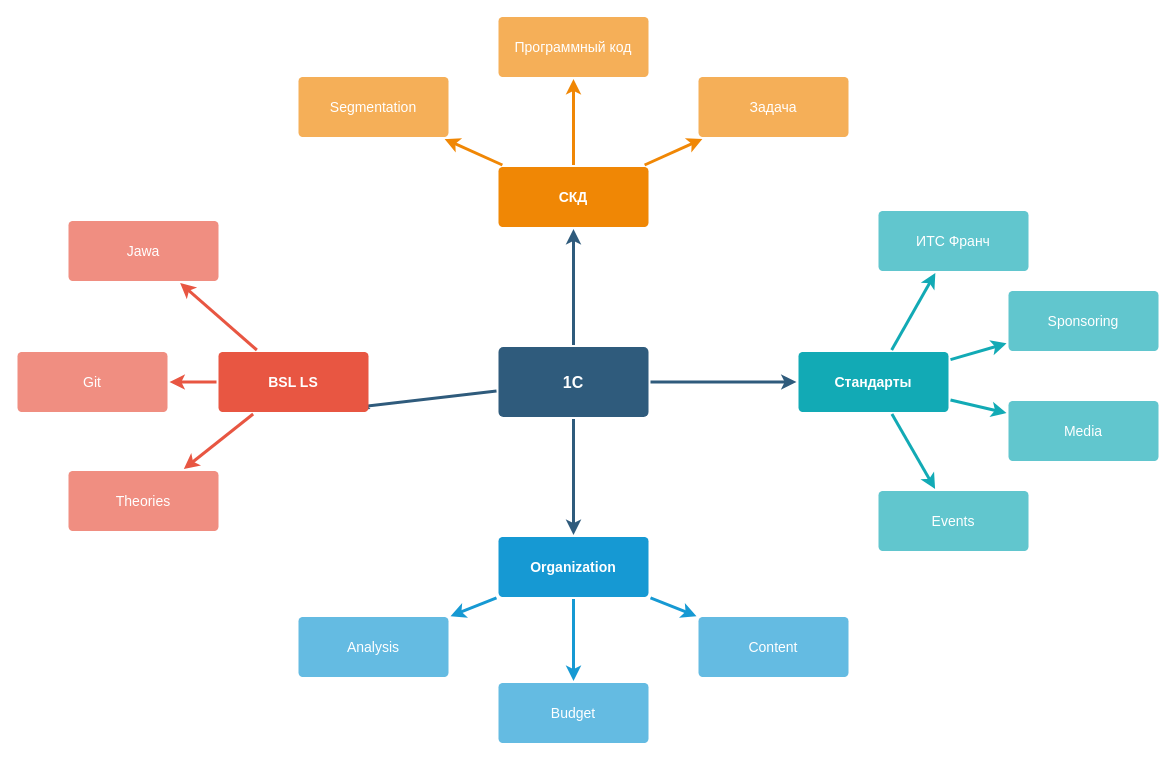
This is Untitled Diagram.drawio from Serga1C/map1C, a draw.io file, before an edit. Source tidied: cells renumbered, new cells numbered last; positions are measured from the earlier drawing's top-left corner, leaving out a move shared by most shapes. Both pictures are drawn from the tidied source at 100%, with x=0, y=0 at pixel (17, 16).
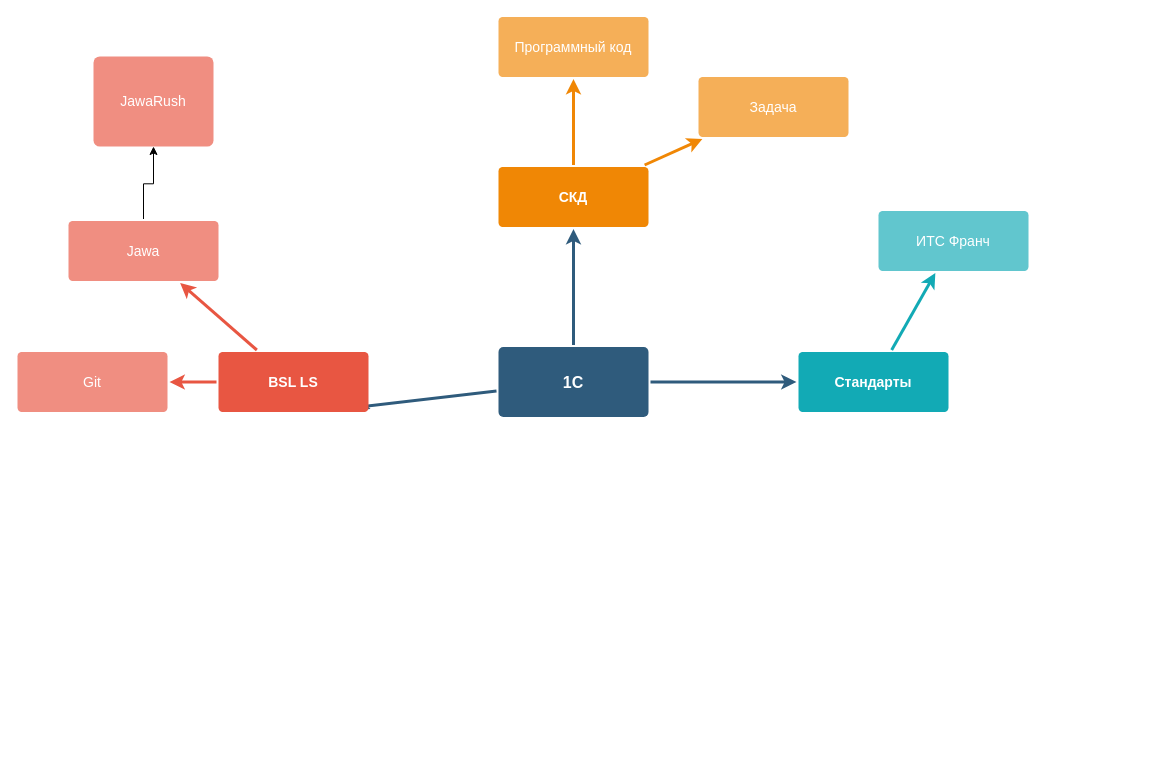
The same diagram, later.

Unchanged cells that the change refers to:
```xml
<mxCell id="6" value="1C" style="rounded=1;whiteSpace=wrap;html=1;shadow=0;labelBackgroundColor=none;strokeColor=none;strokeWidth=3;fillColor=#2F5B7C;fontFamily=Helvetica;fontSize=16;fontColor=#FFFFFF;align=center;fontStyle=1;spacing=5;arcSize=7;perimeterSpacing=2;" parent="1" vertex="1">
  <mxGeometry x="481" y="330.5" width="150" height="70" as="geometry" />
</mxCell>
<mxCell id="10" value="BSL LS" style="rounded=1;whiteSpace=wrap;html=1;shadow=0;labelBackgroundColor=none;strokeColor=none;strokeWidth=3;fillColor=#e85642;fontFamily=Helvetica;fontSize=14;fontColor=#FFFFFF;align=center;spacing=5;fontStyle=1;arcSize=7;perimeterSpacing=2;" parent="1" vertex="1">
  <mxGeometry x="201" y="335.5" width="150" height="60" as="geometry" />
</mxCell>
<mxCell id="13" value="Jawa" style="rounded=1;whiteSpace=wrap;html=1;shadow=0;labelBackgroundColor=none;strokeColor=none;strokeWidth=3;fillColor=#f08e81;fontFamily=Helvetica;fontSize=14;fontColor=#FFFFFF;align=center;spacing=5;fontStyle=0;arcSize=7;perimeterSpacing=2;" parent="1" vertex="1">
  <mxGeometry x="51" y="204.5" width="150" height="60" as="geometry" />
</mxCell>
<mxCell id="21" value="СКД" style="rounded=1;whiteSpace=wrap;html=1;shadow=0;labelBackgroundColor=none;strokeColor=none;strokeWidth=3;fillColor=#F08705;fontFamily=Helvetica;fontSize=14;fontColor=#FFFFFF;align=center;spacing=5;fontStyle=1;arcSize=7;perimeterSpacing=2;" parent="1" vertex="1">
  <mxGeometry x="481" y="150.5" width="150" height="60" as="geometry" />
</mxCell>
<mxCell id="28" value="Стандарты" style="rounded=1;whiteSpace=wrap;html=1;shadow=0;labelBackgroundColor=none;strokeColor=none;strokeWidth=3;fillColor=#12aab5;fontFamily=Helvetica;fontSize=14;fontColor=#FFFFFF;align=center;spacing=5;fontStyle=1;arcSize=7;perimeterSpacing=2;" parent="1" vertex="1">
  <mxGeometry x="781" y="335.5" width="150" height="60" as="geometry" />
</mxCell>
```

Diff of the diagram source:
```diff
@@
-    <mxCell id="4" style="edgeStyle=none;rounded=0;jumpStyle=none;html=1;shadow=0;labelBackgroundColor=none;startArrow=none;startFill=0;endArrow=classic;endFill=1;jettySize=auto;strokeColor=#2F5B7C;strokeWidth=3;fontFamily=Helvetica;fontSize=16;fontColor=#23445D;spacing=5;" parent="1" edge="1" source="6" target="17">
-      <mxGeometry relative="1" as="geometry" />
-    </mxCell>
@@
-    <mxCell id="9" style="edgeStyle=none;rounded=1;jumpStyle=none;html=1;shadow=0;labelBackgroundColor=none;startArrow=none;startFill=0;jettySize=auto;strokeColor=#E85642;strokeWidth=3;fontFamily=Helvetica;fontSize=14;fontColor=#FFFFFF;spacing=5;fontStyle=1;fillColor=#b0e3e6;" parent="1" edge="1" source="10" target="11">
-      <mxGeometry relative="1" as="geometry" />
-    </mxCell>
@@
-    <mxCell id="11" value="Theories" style="rounded=1;whiteSpace=wrap;html=1;shadow=0;labelBackgroundColor=none;strokeColor=none;strokeWidth=3;fillColor=#f08e81;fontFamily=Helvetica;fontSize=14;fontColor=#FFFFFF;align=center;spacing=5;fontStyle=0;arcSize=7;perimeterSpacing=2;" parent="1" vertex="1">
-      <mxGeometry x="51" y="454.5" width="150" height="60" as="geometry" />
-    </mxCell>
@@
+    <mxCell id="37" style="edgeStyle=orthogonalEdgeStyle;rounded=0;jettySize=auto;html=1;" parent="1" edge="1" source="13" target="38">
+      <mxGeometry relative="1" as="geometry" />
+    </mxCell>
@@
-    <mxCell id="14" style="edgeStyle=none;rounded=0;jumpStyle=none;html=1;shadow=0;labelBackgroundColor=none;startArrow=none;startFill=0;endArrow=classic;endFill=1;jettySize=auto;strokeColor=#1699D3;strokeWidth=3;fontFamily=Helvetica;fontSize=14;fontColor=#FFFFFF;spacing=5;" parent="1" edge="1" source="17" target="20">
-      <mxGeometry relative="1" as="geometry" />
-    </mxCell>
-    <mxCell id="15" style="edgeStyle=none;rounded=0;jumpStyle=none;html=1;shadow=0;labelBackgroundColor=none;startArrow=none;startFill=0;endArrow=classic;endFill=1;jettySize=auto;strokeColor=#1699D3;strokeWidth=3;fontFamily=Helvetica;fontSize=14;fontColor=#FFFFFF;spacing=5;" parent="1" edge="1" source="17" target="19">
-      <mxGeometry relative="1" as="geometry" />
-    </mxCell>
-    <mxCell id="16" style="edgeStyle=none;rounded=0;jumpStyle=none;html=1;shadow=0;labelBackgroundColor=none;startArrow=none;startFill=0;endArrow=classic;endFill=1;jettySize=auto;strokeColor=#1699D3;strokeWidth=3;fontFamily=Helvetica;fontSize=14;fontColor=#FFFFFF;spacing=5;" parent="1" edge="1" source="17" target="18">
-      <mxGeometry relative="1" as="geometry" />
-    </mxCell>
-    <mxCell id="17" value="Organization" style="rounded=1;whiteSpace=wrap;html=1;shadow=0;labelBackgroundColor=none;strokeColor=none;strokeWidth=3;fillColor=#1699d3;fontFamily=Helvetica;fontSize=14;fontColor=#FFFFFF;align=center;spacing=5;fontStyle=1;arcSize=7;perimeterSpacing=2;" parent="1" vertex="1">
-      <mxGeometry x="481" y="520.5" width="150" height="60" as="geometry" />
-    </mxCell>
-    <mxCell id="18" value="Content" style="rounded=1;whiteSpace=wrap;html=1;shadow=0;labelBackgroundColor=none;strokeColor=none;strokeWidth=3;fillColor=#64bbe2;fontFamily=Helvetica;fontSize=14;fontColor=#FFFFFF;align=center;spacing=5;arcSize=7;perimeterSpacing=2;" parent="1" vertex="1">
-      <mxGeometry x="681" y="600.5" width="150" height="60" as="geometry" />
-    </mxCell>
-    <mxCell id="19" value="Budget" style="rounded=1;whiteSpace=wrap;html=1;shadow=0;labelBackgroundColor=none;strokeColor=none;strokeWidth=3;fillColor=#64bbe2;fontFamily=Helvetica;fontSize=14;fontColor=#FFFFFF;align=center;spacing=5;arcSize=7;perimeterSpacing=2;" parent="1" vertex="1">
-      <mxGeometry x="481" y="666.5" width="150" height="60" as="geometry" />
-    </mxCell>
-    <mxCell id="20" value="Analysis" style="rounded=1;whiteSpace=wrap;html=1;shadow=0;labelBackgroundColor=none;strokeColor=none;strokeWidth=3;fillColor=#64bbe2;fontFamily=Helvetica;fontSize=14;fontColor=#FFFFFF;align=center;spacing=5;arcSize=7;perimeterSpacing=2;" parent="1" vertex="1">
-      <mxGeometry x="281" y="600.5" width="150" height="60" as="geometry" />
-    </mxCell>
@@
-    <mxCell id="26" value="Segmentation" style="rounded=1;whiteSpace=wrap;html=1;shadow=0;labelBackgroundColor=none;strokeColor=none;strokeWidth=3;fillColor=#f5af58;fontFamily=Helvetica;fontSize=14;fontColor=#FFFFFF;align=center;spacing=5;arcSize=7;perimeterSpacing=2;" parent="1" vertex="1">
-      <mxGeometry x="281" y="60.5" width="150" height="60" as="geometry" />
-    </mxCell>
-    <mxCell id="27" style="edgeStyle=none;rounded=0;jumpStyle=none;html=1;shadow=0;labelBackgroundColor=none;startArrow=none;startFill=0;endArrow=classic;endFill=1;jettySize=auto;strokeColor=#F08705;strokeWidth=3;fontFamily=Helvetica;fontSize=14;fontColor=#FFFFFF;spacing=5;" parent="1" edge="1" source="21" target="26">
-      <mxGeometry relative="1" as="geometry" />
-    </mxCell>
@@
-    <mxCell id="29" value="Events" style="rounded=1;whiteSpace=wrap;html=1;shadow=0;labelBackgroundColor=none;strokeColor=none;strokeWidth=3;fillColor=#61c6ce;fontFamily=Helvetica;fontSize=14;fontColor=#FFFFFF;align=center;spacing=5;fontStyle=0;arcSize=7;perimeterSpacing=2;" parent="1" vertex="1">
-      <mxGeometry x="861" y="474.5" width="150" height="60" as="geometry" />
-    </mxCell>
-    <mxCell id="30" style="edgeStyle=none;rounded=1;jumpStyle=none;html=1;shadow=0;labelBackgroundColor=none;startArrow=none;startFill=0;jettySize=auto;strokeColor=#12AAB5;strokeWidth=3;fontFamily=Helvetica;fontSize=14;fontColor=#FFFFFF;spacing=5;fontStyle=1;fillColor=#b0e3e6;" parent="1" edge="1" source="28" target="29">
-      <mxGeometry relative="1" as="geometry" />
-    </mxCell>
-    <mxCell id="31" value="Media" style="rounded=1;whiteSpace=wrap;html=1;shadow=0;labelBackgroundColor=none;strokeColor=none;strokeWidth=3;fillColor=#61c6ce;fontFamily=Helvetica;fontSize=14;fontColor=#FFFFFF;align=center;spacing=5;fontStyle=0;arcSize=7;perimeterSpacing=2;" parent="1" vertex="1">
-      <mxGeometry x="991" y="384.5" width="150" height="60" as="geometry" />
-    </mxCell>
-    <mxCell id="32" style="edgeStyle=none;rounded=1;jumpStyle=none;html=1;shadow=0;labelBackgroundColor=none;startArrow=none;startFill=0;jettySize=auto;strokeColor=#12AAB5;strokeWidth=3;fontFamily=Helvetica;fontSize=14;fontColor=#FFFFFF;spacing=5;fontStyle=1;fillColor=#b0e3e6;" parent="1" edge="1" source="28" target="31">
-      <mxGeometry relative="1" as="geometry" />
-    </mxCell>
-    <mxCell id="33" value="Sponsoring" style="rounded=1;whiteSpace=wrap;html=1;shadow=0;labelBackgroundColor=none;strokeColor=none;strokeWidth=3;fillColor=#61c6ce;fontFamily=Helvetica;fontSize=14;fontColor=#FFFFFF;align=center;spacing=5;fontStyle=0;arcSize=7;perimeterSpacing=2;" parent="1" vertex="1">
-      <mxGeometry x="991" y="274.5" width="150" height="60" as="geometry" />
-    </mxCell>
-    <mxCell id="34" style="edgeStyle=none;rounded=1;jumpStyle=none;html=1;shadow=0;labelBackgroundColor=none;startArrow=none;startFill=0;jettySize=auto;strokeColor=#12AAB5;strokeWidth=3;fontFamily=Helvetica;fontSize=14;fontColor=#FFFFFF;spacing=5;fontStyle=1;fillColor=#b0e3e6;" parent="1" edge="1" source="28" target="33">
-      <mxGeometry relative="1" as="geometry" />
-    </mxCell>
@@
+    <mxCell id="38" value="JawaRush" style="whiteSpace=wrap;html=1;rounded=1;shadow=0;fontSize=14;fontColor=#FFFFFF;fontStyle=0;strokeColor=none;strokeWidth=3;fillColor=#f08e81;spacing=5;arcSize=7;" parent="1" vertex="1">
+      <mxGeometry x="76" y="40" width="120" height="90" as="geometry" />
+    </mxCell>
```
